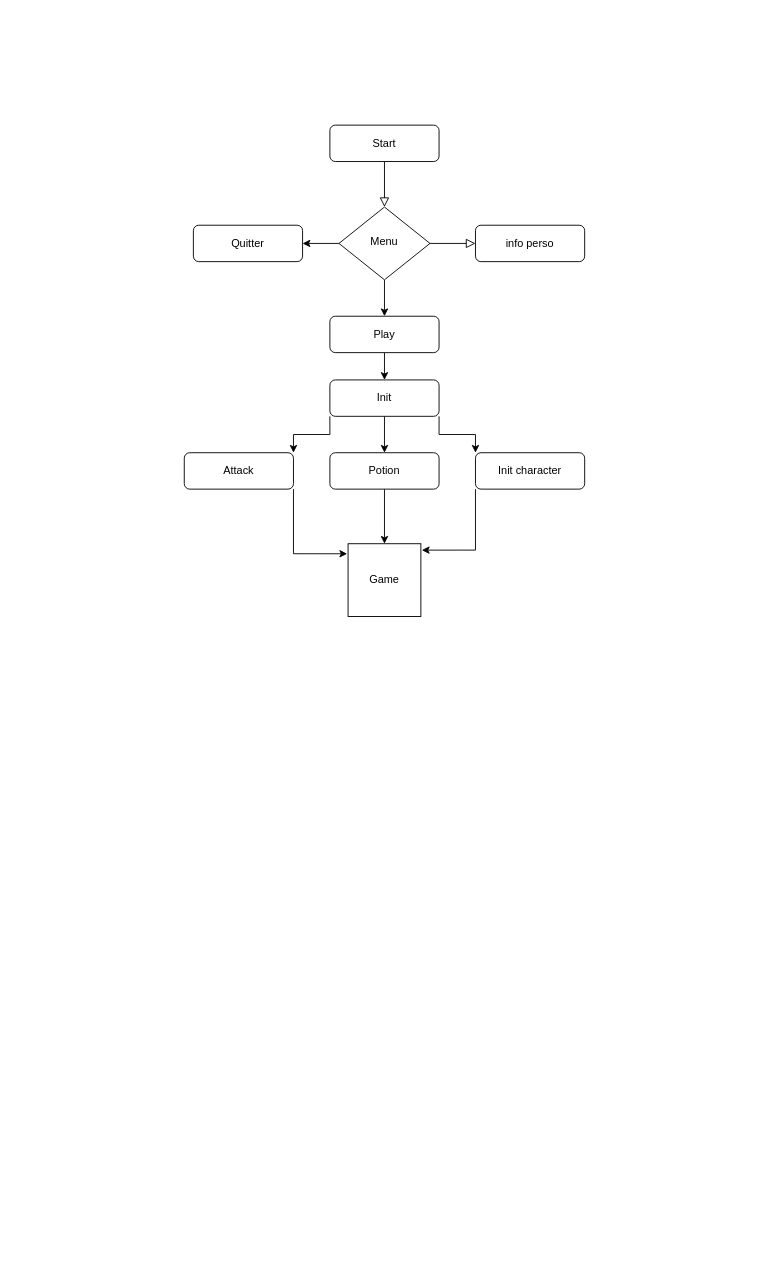
BenjaminFerrandez/ProjetRed keeps this draw.io diagram as Untitled Diagram.drawio. Above is the earlier version. Source tidied: cells renumbered, new cells numbered last; positions are measured from the earlier drawing's top-left corner, leaving out a move shared by most shapes. Both pictures are drawn from the tidied source at 91%, with x=0, y=0 at pixel (184, 125).
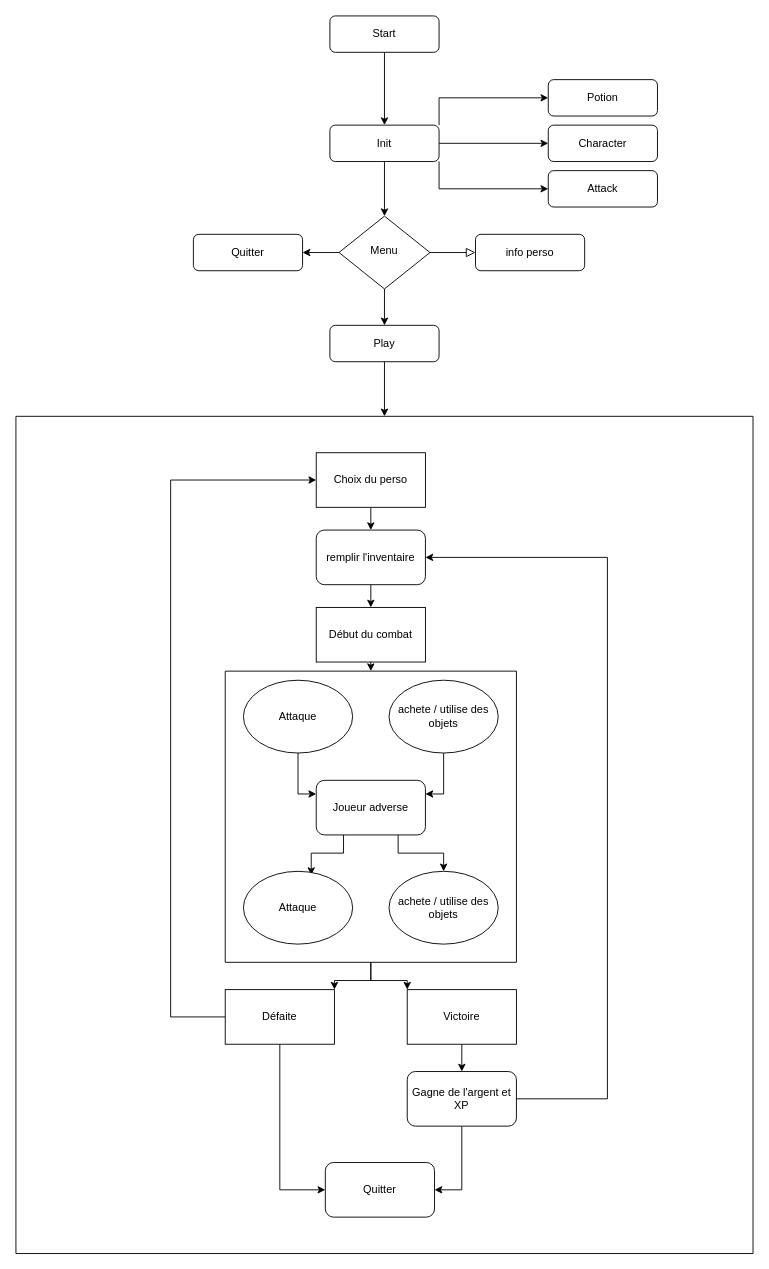
The same page after the edit.

Change to the diagram source:
```diff
@@
-    <mxCell id="2" style="rounded=0;html=1;jettySize=auto;fontSize=11;endArrow=block;endFill=0;endSize=8;strokeWidth=1;shadow=0;labelBackgroundColor=none;edgeStyle=orthogonalEdgeStyle;" parent="1" edge="1" source="3" target="7">
-      <mxGeometry relative="1" as="geometry" />
-    </mxCell>
+    <mxCell id="23" style="edgeStyle=orthogonalEdgeStyle;rounded=0;jettySize=auto;html=1;exitX=0.5;exitY=1;exitDx=0;exitDy=0;entryX=0.5;entryY=0;entryDx=0;entryDy=0;" parent="1" edge="1" source="3" target="15">
+      <mxGeometry relative="1" as="geometry" />
+    </mxCell>
     <mxCell id="3" value="Start" style="rounded=1;whiteSpace=wrap;html=1;fontSize=12;glass=0;strokeWidth=1;shadow=0;" parent="1" vertex="1">
-      <mxGeometry x="160" width="120" height="40" as="geometry" />
+      <mxGeometry x="160" y="-120" width="120" height="40" as="geometry" />
     </mxCell>
@@
     <mxCell id="7" value="Menu" style="rhombus;whiteSpace=wrap;html=1;shadow=0;fontFamily=Helvetica;fontSize=12;align=center;strokeWidth=1;spacing=6;spacingTop=-4;" parent="1" vertex="1">
-      <mxGeometry x="170" y="90" width="100" height="80" as="geometry" />
+      <mxGeometry x="170" y="100" width="100" height="80" as="geometry" />
     </mxCell>
     <mxCell id="8" value="info perso" style="rounded=1;whiteSpace=wrap;html=1;fontSize=12;glass=0;strokeWidth=1;shadow=0;" parent="1" vertex="1">
-      <mxGeometry x="320" y="110" width="120" height="40" as="geometry" />
+      <mxGeometry x="320" y="120" width="120" height="40" as="geometry" />
     </mxCell>
     <mxCell id="9" value="Quitter" style="rounded=1;whiteSpace=wrap;html=1;fontSize=12;glass=0;strokeWidth=1;shadow=0;" parent="1" vertex="1">
-      <mxGeometry x="10" y="110" width="120" height="40" as="geometry" />
+      <mxGeometry x="10" y="120" width="120" height="40" as="geometry" />
     </mxCell>
-    <mxCell id="10" style="edgeStyle=orthogonalEdgeStyle;rounded=0;jettySize=auto;html=1;exitX=0.5;exitY=1;exitDx=0;exitDy=0;" parent="1" edge="1" source="11">
-      <mxGeometry relative="1" as="geometry">
-        <mxPoint x="220" y="280" as="targetPoint" />
-      </mxGeometry>
-    </mxCell>
+    <mxCell id="24" style="edgeStyle=orthogonalEdgeStyle;rounded=0;jettySize=auto;html=1;exitX=0.5;exitY=1;exitDx=0;exitDy=0;entryX=0.5;entryY=0;entryDx=0;entryDy=0;" parent="1" edge="1" source="11" target="26">
+      <mxGeometry relative="1" as="geometry" />
+    </mxCell>
     <mxCell id="11" value="Play" style="rounded=1;whiteSpace=wrap;html=1;fontSize=12;glass=0;strokeWidth=1;shadow=0;" parent="1" vertex="1">
-      <mxGeometry x="160" y="210" width="120" height="40" as="geometry" />
+      <mxGeometry x="160" y="220" width="120" height="40" as="geometry" />
     </mxCell>
+    <mxCell id="25" style="edgeStyle=orthogonalEdgeStyle;rounded=0;jettySize=auto;html=1;exitX=0.5;exitY=1;exitDx=0;exitDy=0;entryX=0.5;entryY=0;entryDx=0;entryDy=0;" parent="1" edge="1" source="15" target="7">
+      <mxGeometry relative="1" as="geometry" />
+    </mxCell>
+    <mxCell id="13" style="edgeStyle=orthogonalEdgeStyle;rounded=0;jettySize=auto;html=1;exitX=1;exitY=0.5;exitDx=0;exitDy=0;entryX=0;entryY=0.5;entryDx=0;entryDy=0;" parent="1" edge="1" source="15" target="17">
+      <mxGeometry relative="1" as="geometry" />
+    </mxCell>
-    <mxCell id="12" style="edgeStyle=orthogonalEdgeStyle;rounded=0;jettySize=auto;html=1;exitX=0.5;exitY=1;exitDx=0;exitDy=0;entryX=0.5;entryY=0;entryDx=0;entryDy=0;" parent="1" edge="1" source="15" target="21">
+    <mxCell id="12" style="edgeStyle=orthogonalEdgeStyle;rounded=0;jettySize=auto;html=1;exitX=1;exitY=0;exitDx=0;exitDy=0;entryX=0;entryY=0.5;entryDx=0;entryDy=0;" parent="1" edge="1" source="15" target="21">
       <mxGeometry relative="1" as="geometry" />
     </mxCell>
-    <mxCell id="13" style="edgeStyle=orthogonalEdgeStyle;rounded=0;jettySize=auto;html=1;exitX=1;exitY=1;exitDx=0;exitDy=0;entryX=0;entryY=0;entryDx=0;entryDy=0;" parent="1" edge="1" source="15" target="17">
-      <mxGeometry relative="1" as="geometry" />
-    </mxCell>
-    <mxCell id="14" style="edgeStyle=orthogonalEdgeStyle;rounded=0;jettySize=auto;html=1;exitX=0;exitY=1;exitDx=0;exitDy=0;entryX=1;entryY=0;entryDx=0;entryDy=0;" parent="1" edge="1" source="15" target="19">
+    <mxCell id="14" style="edgeStyle=orthogonalEdgeStyle;rounded=0;jettySize=auto;html=1;exitX=1;exitY=1;exitDx=0;exitDy=0;entryX=0;entryY=0.5;entryDx=0;entryDy=0;" parent="1" edge="1" source="15" target="19">
       <mxGeometry relative="1" as="geometry" />
     </mxCell>
     <mxCell id="15" value="Init" style="rounded=1;whiteSpace=wrap;html=1;fontSize=12;glass=0;strokeWidth=1;shadow=0;" parent="1" vertex="1">
-      <mxGeometry x="160" y="280" width="120" height="40" as="geometry" />
+      <mxGeometry x="160" width="120" height="40" as="geometry" />
     </mxCell>
-    <mxCell id="16" style="edgeStyle=orthogonalEdgeStyle;rounded=0;jettySize=auto;html=1;exitX=0;exitY=1;exitDx=0;exitDy=0;entryX=1.013;entryY=0.088;entryDx=0;entryDy=0;entryPerimeter=0;" parent="1" edge="1" source="17" target="22">
-      <mxGeometry relative="1" as="geometry" />
-    </mxCell>
-    <mxCell id="17" value="Init character" style="rounded=1;whiteSpace=wrap;html=1;fontSize=12;glass=0;strokeWidth=1;shadow=0;" parent="1" vertex="1">
-      <mxGeometry x="320" y="360" width="120" height="40" as="geometry" />
+    <mxCell id="17" value="Character" style="rounded=1;whiteSpace=wrap;html=1;fontSize=12;glass=0;strokeWidth=1;shadow=0;" parent="1" vertex="1">
+      <mxGeometry x="400" width="120" height="40" as="geometry" />
     </mxCell>
-    <mxCell id="18" style="edgeStyle=orthogonalEdgeStyle;rounded=0;jettySize=auto;html=1;exitX=1;exitY=1;exitDx=0;exitDy=0;entryX=-0.012;entryY=0.138;entryDx=0;entryDy=0;entryPerimeter=0;" parent="1" edge="1" source="19" target="22">
-      <mxGeometry relative="1" as="geometry" />
-    </mxCell>
     <mxCell id="19" value="Attack" style="rounded=1;whiteSpace=wrap;html=1;fontSize=12;glass=0;strokeWidth=1;shadow=0;" parent="1" vertex="1">
-      <mxGeometry y="360" width="120" height="40" as="geometry" />
+      <mxGeometry x="400" y="50" width="120" height="40" as="geometry" />
     </mxCell>
-    <mxCell id="20" style="edgeStyle=orthogonalEdgeStyle;rounded=0;jettySize=auto;html=1;exitX=0.5;exitY=1;exitDx=0;exitDy=0;entryX=0.5;entryY=0;entryDx=0;entryDy=0;" parent="1" edge="1" source="21" target="22">
-      <mxGeometry relative="1" as="geometry" />
-    </mxCell>
     <mxCell id="21" value="Potion" style="rounded=1;whiteSpace=wrap;html=1;fontSize=12;glass=0;strokeWidth=1;shadow=0;" parent="1" vertex="1">
-      <mxGeometry x="160" y="360" width="120" height="40" as="geometry" />
+      <mxGeometry x="400" y="-50" width="120" height="40" as="geometry" />
     </mxCell>
-    <mxCell id="22" value="Game" style="whiteSpace=wrap;html=1;" parent="1" vertex="1">
-      <mxGeometry x="180" y="460" width="80" height="80" as="geometry" />
-    </mxCell>
+    <mxCell id="26" style="swimlane;startSize=0;" parent="1" vertex="1">
+      <mxGeometry x="-185" y="320" width="810" height="920" as="geometry" />
+    </mxCell>
+    <mxCell id="27" style="edgeStyle=orthogonalEdgeStyle;rounded=0;jettySize=auto;html=1;exitX=0.5;exitY=1;exitDx=0;exitDy=0;entryX=0.5;entryY=0;entryDx=0;entryDy=0;" parent="26" edge="1" source="28" target="30">
+      <mxGeometry relative="1" as="geometry" />
+    </mxCell>
+    <mxCell id="28" value="Choix du perso" style="rounded=0;whiteSpace=wrap;html=1;" parent="26" vertex="1">
+      <mxGeometry x="330" y="40" width="120" height="60" as="geometry" />
+    </mxCell>
+    <mxCell id="29" style="edgeStyle=orthogonalEdgeStyle;rounded=0;jettySize=auto;html=1;exitX=0.5;exitY=1;exitDx=0;exitDy=0;entryX=0.5;entryY=0;entryDx=0;entryDy=0;" parent="26" edge="1" source="30" target="32">
+      <mxGeometry relative="1" as="geometry" />
+    </mxCell>
+    <mxCell id="30" value="remplir l'inventaire" style="rounded=1;whiteSpace=wrap;html=1;" parent="26" vertex="1">
+      <mxGeometry x="330" y="125" width="120" height="60" as="geometry" />
+    </mxCell>
+    <mxCell id="31" style="edgeStyle=orthogonalEdgeStyle;rounded=0;jettySize=auto;html=1;exitX=0.5;exitY=1;exitDx=0;exitDy=0;entryX=0.5;entryY=0;entryDx=0;entryDy=0;" parent="26" edge="1" source="32" target="44">
+      <mxGeometry relative="1" as="geometry" />
+    </mxCell>
+    <mxCell id="32" value="Début du combat" style="rounded=0;whiteSpace=wrap;html=1;" parent="26" vertex="1">
+      <mxGeometry x="330" y="210" width="120" height="60" as="geometry" />
+    </mxCell>
+    <mxCell id="33" style="edgeStyle=orthogonalEdgeStyle;rounded=0;jettySize=auto;html=1;exitX=0.5;exitY=1;exitDx=0;exitDy=0;entryX=0;entryY=0.25;entryDx=0;entryDy=0;" parent="26" edge="1" source="34" target="39">
+      <mxGeometry relative="1" as="geometry" />
+    </mxCell>
+    <mxCell id="34" value="Attaque" style="ellipse;whiteSpace=wrap;html=1;" parent="26" vertex="1">
+      <mxGeometry x="250" y="290" width="120" height="80" as="geometry" />
+    </mxCell>
+    <mxCell id="35" style="edgeStyle=orthogonalEdgeStyle;rounded=0;jettySize=auto;html=1;exitX=0.5;exitY=1;exitDx=0;exitDy=0;entryX=1;entryY=0.25;entryDx=0;entryDy=0;" parent="26" edge="1" source="36" target="39">
+      <mxGeometry relative="1" as="geometry" />
+    </mxCell>
+    <mxCell id="36" value="achete / utilise des objets" style="ellipse;whiteSpace=wrap;html=1;" parent="26" vertex="1">
+      <mxGeometry x="410" y="290" width="120" height="80" as="geometry" />
+    </mxCell>
+    <mxCell id="37" style="edgeStyle=orthogonalEdgeStyle;rounded=0;jettySize=auto;html=1;exitX=0.25;exitY=1;exitDx=0;exitDy=0;entryX=0.621;entryY=0.051;entryDx=0;entryDy=0;entryPerimeter=0;" parent="26" edge="1" source="39" target="40">
+      <mxGeometry relative="1" as="geometry" />
+    </mxCell>
+    <mxCell id="38" style="edgeStyle=orthogonalEdgeStyle;rounded=0;jettySize=auto;html=1;exitX=0.75;exitY=1;exitDx=0;exitDy=0;entryX=0.5;entryY=0;entryDx=0;entryDy=0;" parent="26" edge="1" source="39" target="41">
+      <mxGeometry relative="1" as="geometry" />
+    </mxCell>
+    <mxCell id="39" value="Joueur adverse" style="rounded=1;whiteSpace=wrap;html=1;" parent="26" vertex="1">
+      <mxGeometry x="330" y="400" width="120" height="60" as="geometry" />
+    </mxCell>
+    <mxCell id="40" value="Attaque" style="ellipse;whiteSpace=wrap;html=1;" parent="26" vertex="1">
+      <mxGeometry x="250" y="500" width="120" height="80" as="geometry" />
+    </mxCell>
+    <mxCell id="41" value="achete / utilise des objets" style="ellipse;whiteSpace=wrap;html=1;" parent="26" vertex="1">
+      <mxGeometry x="410" y="500" width="120" height="80" as="geometry" />
+    </mxCell>
+    <mxCell id="42" style="edgeStyle=orthogonalEdgeStyle;rounded=0;jettySize=auto;html=1;exitX=0.5;exitY=1;exitDx=0;exitDy=0;entryX=1;entryY=0;entryDx=0;entryDy=0;" parent="26" edge="1" source="44" target="47">
+      <mxGeometry relative="1" as="geometry" />
+    </mxCell>
+    <mxCell id="43" style="edgeStyle=orthogonalEdgeStyle;rounded=0;jettySize=auto;html=1;exitX=0.5;exitY=1;exitDx=0;exitDy=0;entryX=0;entryY=0;entryDx=0;entryDy=0;" parent="26" edge="1" source="44" target="49">
+      <mxGeometry relative="1" as="geometry" />
+    </mxCell>
+    <mxCell id="44" style="swimlane;startSize=0;" parent="26" vertex="1">
+      <mxGeometry x="230" y="280" width="320" height="320" as="geometry" />
+    </mxCell>
+    <mxCell id="45" style="edgeStyle=orthogonalEdgeStyle;rounded=0;jettySize=auto;html=1;exitX=0;exitY=0.5;exitDx=0;exitDy=0;entryX=0;entryY=0.5;entryDx=0;entryDy=0;" parent="26" edge="1" source="47" target="28">
+      <mxGeometry relative="1" as="geometry">
+        <Array as="points">
+          <mxPoint x="170" y="660" />
+          <mxPoint x="170" y="70" />
+        </Array>
+      </mxGeometry>
+    </mxCell>
+    <mxCell id="46" style="edgeStyle=orthogonalEdgeStyle;rounded=0;jettySize=auto;html=1;exitX=0.5;exitY=1;exitDx=0;exitDy=0;entryX=0;entryY=0.5;entryDx=0;entryDy=0;" parent="26" edge="1" source="47" target="53">
+      <mxGeometry relative="1" as="geometry" />
+    </mxCell>
+    <mxCell id="47" value="Défaite" style="rounded=0;whiteSpace=wrap;html=1;" parent="26" vertex="1">
+      <mxGeometry x="230" y="630" width="120" height="60" as="geometry" />
+    </mxCell>
+    <mxCell id="48" style="edgeStyle=orthogonalEdgeStyle;rounded=0;jettySize=auto;html=1;exitX=0.5;exitY=1;exitDx=0;exitDy=0;entryX=0.5;entryY=0;entryDx=0;entryDy=0;" parent="26" edge="1" source="49" target="52">
+      <mxGeometry relative="1" as="geometry" />
+    </mxCell>
+    <mxCell id="49" value="Victoire" style="rounded=0;whiteSpace=wrap;html=1;" parent="26" vertex="1">
+      <mxGeometry x="430" y="630" width="120" height="60" as="geometry" />
+    </mxCell>
+    <mxCell id="50" style="edgeStyle=orthogonalEdgeStyle;rounded=0;jettySize=auto;html=1;exitX=0.5;exitY=1;exitDx=0;exitDy=0;entryX=1;entryY=0.5;entryDx=0;entryDy=0;" parent="26" edge="1" source="52" target="53">
+      <mxGeometry relative="1" as="geometry" />
+    </mxCell>
+    <mxCell id="51" style="edgeStyle=orthogonalEdgeStyle;rounded=0;jettySize=auto;html=1;exitX=1;exitY=0.5;exitDx=0;exitDy=0;entryX=1;entryY=0.5;entryDx=0;entryDy=0;" parent="26" edge="1" source="52" target="30">
+      <mxGeometry relative="1" as="geometry">
+        <Array as="points">
+          <mxPoint x="650" y="750" />
+          <mxPoint x="650" y="155" />
+        </Array>
+      </mxGeometry>
+    </mxCell>
+    <mxCell id="52" value="Gagne de l'argent et XP" style="rounded=1;whiteSpace=wrap;html=1;" parent="26" vertex="1">
+      <mxGeometry x="430" y="720" width="120" height="60" as="geometry" />
+    </mxCell>
+    <mxCell id="53" value="Quitter" style="rounded=1;whiteSpace=wrap;html=1;" parent="26" vertex="1">
+      <mxGeometry x="340" y="820" width="120" height="60" as="geometry" />
+    </mxCell>
```
